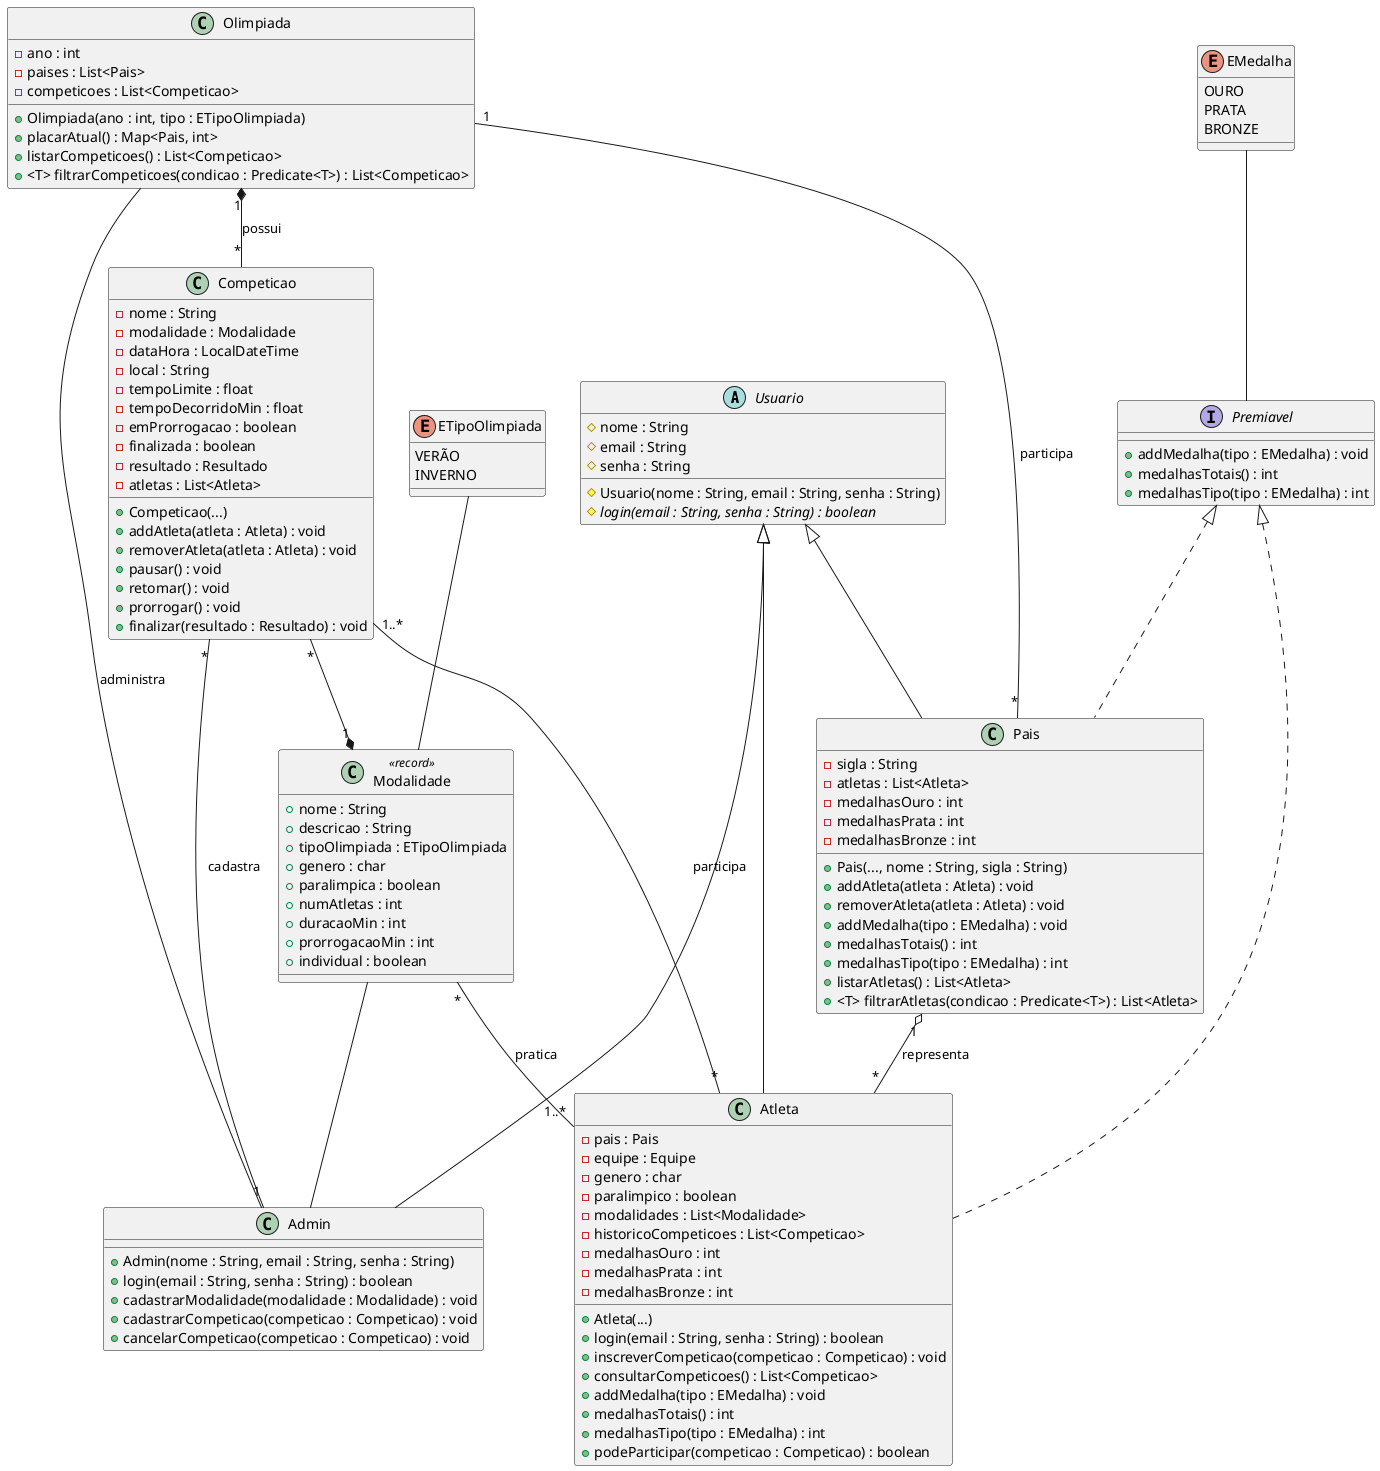
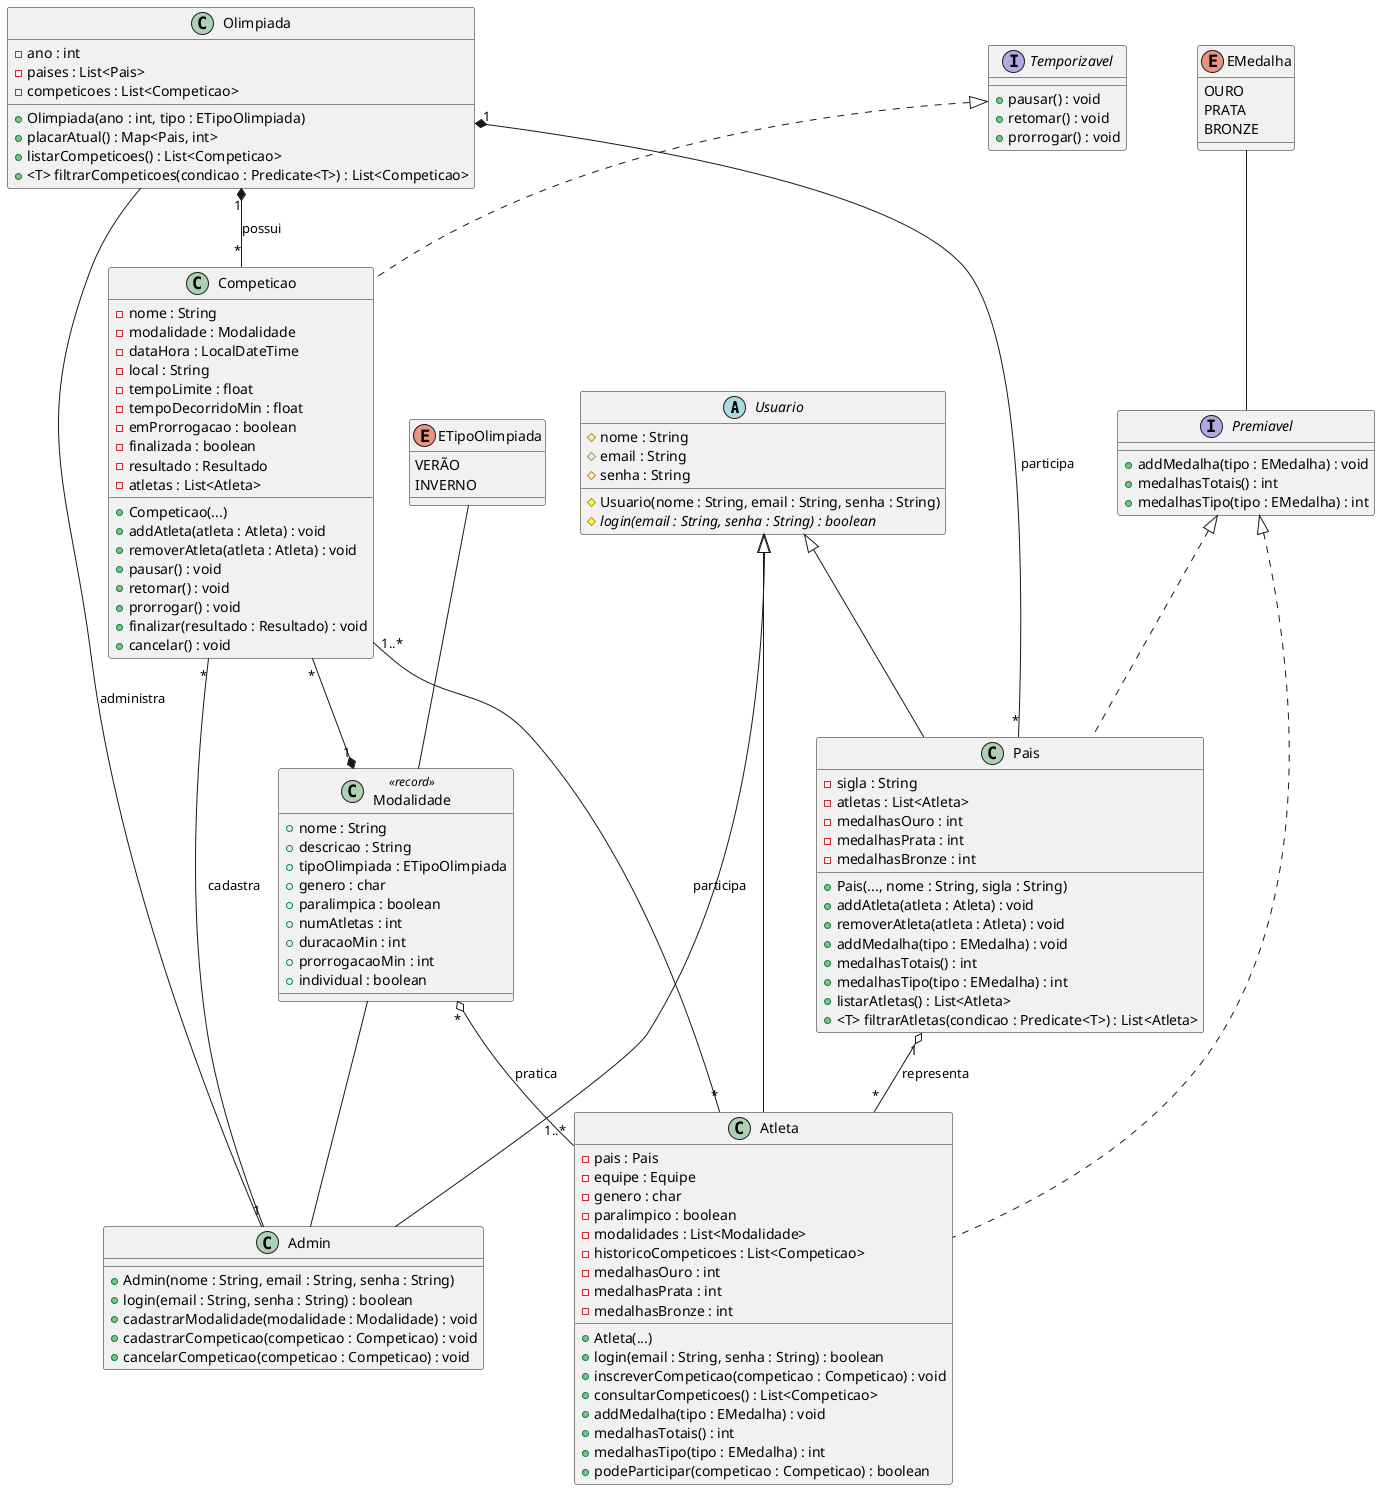
@startuml diagrama-classe
abstract class Usuario {
    # nome : String
    # email : String
    # senha : String
    # Usuario(nome : String, email : String, senha : String)
    # {abstract} login(email : String, senha : String) : boolean
}

class Admin {
    + Admin(nome : String, email : String, senha : String)
    + login(email : String, senha : String) : boolean
    + cadastrarModalidade(modalidade : Modalidade) : void
    + cadastrarCompeticao(competicao : Competicao) : void
    + cancelarCompeticao(competicao : Competicao) : void
}
Usuario <|-- Admin

interface Premiavel {
    + addMedalha(tipo : EMedalha) : void
    + medalhasTotais() : int
    + medalhasTipo(tipo : EMedalha) : int
}
Premiavel <|.. Pais
Premiavel <|.. Atleta

class Pais {
    - sigla : String
    - atletas : List<Atleta>
    - medalhasOuro : int
    - medalhasPrata : int
    - medalhasBronze : int
    + Pais(..., nome : String, sigla : String)
    + addAtleta(atleta : Atleta) : void
    + removerAtleta(atleta : Atleta) : void
    + addMedalha(tipo : EMedalha) : void
    + medalhasTotais() : int
    + medalhasTipo(tipo : EMedalha) : int
    + listarAtletas() : List<Atleta>
    + <T> filtrarAtletas(condicao : Predicate<T>) : List<Atleta>
}
Usuario <|-- Pais

class Atleta {
    - pais : Pais
    - equipe : Equipe
    - genero : char
    - paralimpico : boolean
    - modalidades : List<Modalidade>
    - historicoCompeticoes : List<Competicao>
    - medalhasOuro : int
    - medalhasPrata : int
    - medalhasBronze : int
    + Atleta(...)
    + login(email : String, senha : String) : boolean
    + inscreverCompeticao(competicao : Competicao) : void
    + consultarCompeticoes() : List<Competicao>
    + addMedalha(tipo : EMedalha) : void
    + medalhasTotais() : int
    + medalhasTipo(tipo : EMedalha) : int
    + podeParticipar(competicao : Competicao) : boolean
}
Usuario <|-- Atleta
Pais "1" o-- "*" Atleta : representa

class Modalidade <<record>>{
    + nome : String
    + descricao : String
    + tipoOlimpiada : ETipoOlimpiada
    + genero : char
    + paralimpica : boolean
    + numAtletas : int
    + duracaoMin : int
    + prorrogacaoMin : int
    + individual : boolean
}
Modalidade -- Admin
- Modalidade "*" -- "1..*" Atleta : pratica
+ Modalidade "*" o-- "1..*" Atleta : pratica
+ 
+ interface Temporizavel {
+     + pausar() : void
+     + retomar() : void
+     + prorrogar() : void
+ }
+ Temporizavel <|.. Competicao

class Competicao {
    - nome : String
    - modalidade : Modalidade
    - dataHora : LocalDateTime
    - local : String
    - tempoLimite : float
    - tempoDecorridoMin : float
    - emProrrogacao : boolean
    - finalizada : boolean
    - resultado : Resultado
    - atletas : List<Atleta>
    + Competicao(...)
    + addAtleta(atleta : Atleta) : void
    + removerAtleta(atleta : Atleta) : void
    + pausar() : void
    + retomar() : void
    + prorrogar() : void
    + finalizar(resultado : Resultado) : void
+     + cancelar() : void
}
Competicao "*" --* "1" Modalidade
Competicao "*" -- "1" Admin : cadastra
Competicao "1..*" -- "*" Atleta : participa

enum EMedalha {
    OURO
    PRATA
    BRONZE
}
EMedalha -- Premiavel

class Olimpiada {
    - ano : int
    - paises : List<Pais>
    - competicoes : List<Competicao>
    + Olimpiada(ano : int, tipo : ETipoOlimpiada)
    + placarAtual() : Map<Pais, int>
    + listarCompeticoes() : List<Competicao>
    + <T> filtrarCompeticoes(condicao : Predicate<T>) : List<Competicao>
}
- Olimpiada "1" -- "*" Pais : participa
+ Olimpiada "1" *-- "*" Pais : participa
Olimpiada "1" *-- "*" Competicao : possui
Olimpiada -- Admin : administra

enum ETipoOlimpiada {
    VERÃO
    INVERNO
}
ETipoOlimpiada -- Modalidade

@enduml